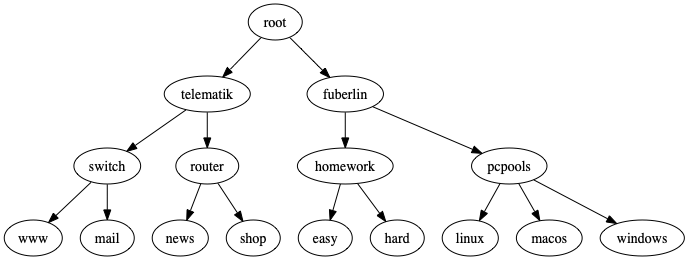
Earlier version of the Graphviz export src/domen_tree.png (oleksa-oleksa/DNS_Server_Networking). Its source is kept beside it as src/domen_tree.dot.
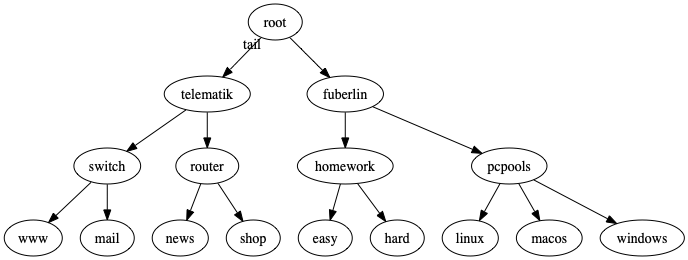
The same file after the commit.

The edit, as a diff of the source:
```diff
@@ -1,5 +1,5 @@
 digraph  tree {
-    root -> telematik
+    root -> telematik [taillabel = "tail"]
     root -> fuberlin
     telematik -> switch;
     switch -> www;
```
